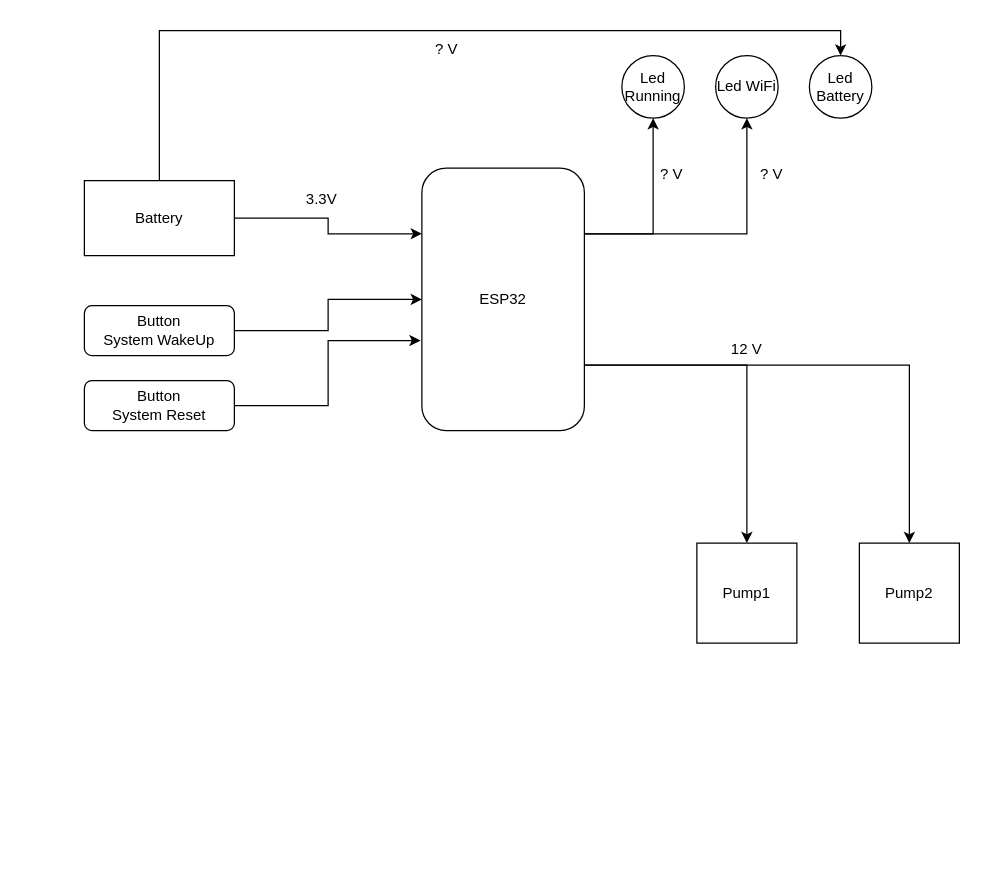
Before: 01_Hardware/GeneralSchematics.drawio in marcy05/sprinkler, a draw.io diagram. Source tidied: cells renumbered, new cells numbered last; positions are measured from the earlier drawing's top-left corner, leaving out a move shared by most shapes. Both pictures are drawn from the tidied source at 125%, with x=0, y=0 at pixel (84, 30).
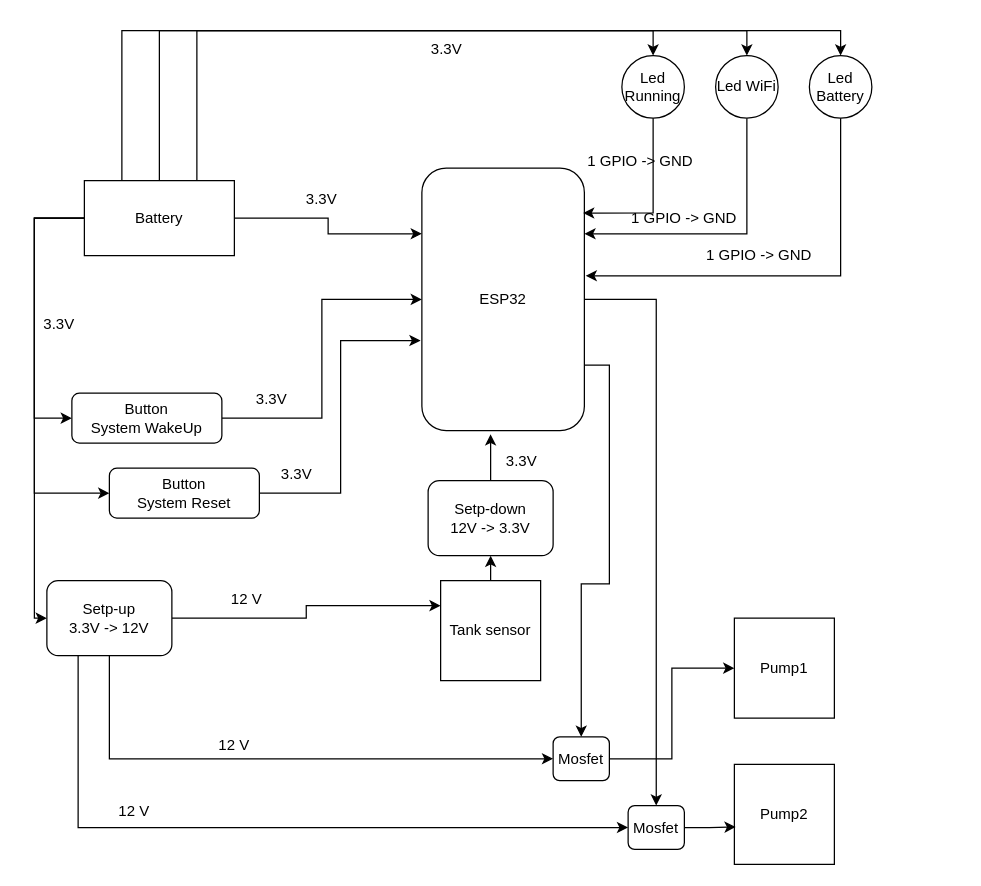
The same page after the edit.

Commit message (it also covers changes not shown here):
Add documentation, datasheet and diagram

The change refers to these unchanged cells:
```xml
<mxCell id="5" value="ESP32" style="rounded=1;whiteSpace=wrap;html=1;" parent="1" vertex="1">
  <mxGeometry x="270" y="110" width="130" height="210" as="geometry" />
</mxCell>
<mxCell id="8" value="Led Running" style="ellipse;whiteSpace=wrap;html=1;" parent="1" vertex="1">
  <mxGeometry x="430" y="20" width="50" height="50" as="geometry" />
</mxCell>
<mxCell id="9" value="Led WiFi" style="ellipse;whiteSpace=wrap;html=1;" parent="1" vertex="1">
  <mxGeometry x="505" y="20" width="50" height="50" as="geometry" />
</mxCell>
<mxCell id="10" value="Led Battery" style="ellipse;whiteSpace=wrap;html=1;" parent="1" vertex="1">
  <mxGeometry x="580" y="20" width="50" height="50" as="geometry" />
</mxCell>
<mxCell id="13" value="Battery" style="rounded=0;whiteSpace=wrap;html=1;" parent="1" vertex="1">
  <mxGeometry y="120" width="120" height="60" as="geometry" />
</mxCell>
```

The edit, as a diff of the source:
```diff
@@
-    <mxCell id="2" style="edgeStyle=orthogonalEdgeStyle;rounded=0;jettySize=auto;html=1;exitX=1;exitY=0.75;exitDx=0;exitDy=0;entryX=0.5;entryY=0;entryDx=0;entryDy=0;" parent="1" edge="1" source="5" target="7">
+    <mxCell id="2" style="edgeStyle=orthogonalEdgeStyle;rounded=0;jettySize=auto;html=1;exitX=1;exitY=0.5;exitDx=0;exitDy=0;entryX=0;entryY=0.5;entryDx=0;entryDy=0;" parent="1" edge="1" source="44" target="7">
       <mxGeometry relative="1" as="geometry" />
     </mxCell>
-    <mxCell id="3" style="edgeStyle=orthogonalEdgeStyle;rounded=0;jettySize=auto;html=1;exitX=1;exitY=0.25;exitDx=0;exitDy=0;entryX=0.5;entryY=1;entryDx=0;entryDy=0;" parent="1" edge="1" source="5" target="8">
-      <mxGeometry relative="1" as="geometry" />
-    </mxCell>
-    <mxCell id="4" style="edgeStyle=orthogonalEdgeStyle;rounded=0;jettySize=auto;html=1;exitX=1;exitY=0.25;exitDx=0;exitDy=0;entryX=0.5;entryY=1;entryDx=0;entryDy=0;" parent="1" edge="1" source="5" target="9">
-      <mxGeometry relative="1" as="geometry" />
+    <mxCell id="4" style="edgeStyle=orthogonalEdgeStyle;rounded=0;jettySize=auto;html=1;exitX=0.75;exitY=0;exitDx=0;exitDy=0;entryX=0.5;entryY=0;entryDx=0;entryDy=0;" parent="1" edge="1" source="13" target="9">
+      <mxGeometry relative="1" as="geometry">
+        <Array as="points">
+          <mxPoint x="90" />
+          <mxPoint x="530" />
+        </Array>
+      </mxGeometry>
     </mxCell>
+    <mxCell id="24" style="edgeStyle=orthogonalEdgeStyle;rounded=0;jettySize=auto;html=1;exitX=1;exitY=0.75;exitDx=0;exitDy=0;" parent="1" edge="1" source="5" target="44">
+      <mxGeometry relative="1" as="geometry" />
+    </mxCell>
+    <mxCell id="25" style="edgeStyle=orthogonalEdgeStyle;rounded=0;jettySize=auto;html=1;exitX=1;exitY=0.5;exitDx=0;exitDy=0;entryX=0.5;entryY=0;entryDx=0;entryDy=0;" parent="1" edge="1" source="5" target="45">
+      <mxGeometry relative="1" as="geometry" />
+    </mxCell>
@@
     <mxCell id="6" value="Pump2" style="whiteSpace=wrap;html=1;" parent="1" vertex="1">
-      <mxGeometry x="620" y="410" width="80" height="80" as="geometry" />
+      <mxGeometry x="520" y="587" width="80" height="80" as="geometry" />
     </mxCell>
     <mxCell id="7" value="Pump1" style="whiteSpace=wrap;html=1;" parent="1" vertex="1">
-      <mxGeometry x="490" y="410" width="80" height="80" as="geometry" />
+      <mxGeometry x="520" y="470" width="80" height="80" as="geometry" />
     </mxCell>
@@
+    <mxCell id="26" style="edgeStyle=orthogonalEdgeStyle;rounded=0;jettySize=auto;html=1;exitX=0.5;exitY=1;exitDx=0;exitDy=0;entryX=1;entryY=0.25;entryDx=0;entryDy=0;" parent="1" edge="1" source="9" target="5">
+      <mxGeometry relative="1" as="geometry">
+        <Array as="points">
+          <mxPoint x="530" y="163" />
+        </Array>
+      </mxGeometry>
+    </mxCell>
@@
-    <mxCell id="12" style="edgeStyle=orthogonalEdgeStyle;rounded=0;jettySize=auto;html=1;exitX=0.5;exitY=0;exitDx=0;exitDy=0;entryX=0.5;entryY=0;entryDx=0;entryDy=0;" parent="1" edge="1" source="13" target="10">
+    <mxCell id="12" style="edgeStyle=orthogonalEdgeStyle;rounded=0;jettySize=auto;html=1;exitX=0.25;exitY=0;exitDx=0;exitDy=0;entryX=0.5;entryY=0;entryDx=0;entryDy=0;" parent="1" edge="1" source="13" target="10">
       <mxGeometry relative="1" as="geometry" />
     </mxCell>
+    <mxCell id="27" style="edgeStyle=orthogonalEdgeStyle;rounded=0;jettySize=auto;html=1;exitX=0;exitY=0.5;exitDx=0;exitDy=0;entryX=0;entryY=0.5;entryDx=0;entryDy=0;" parent="1" edge="1" source="13" target="37">
+      <mxGeometry relative="1" as="geometry">
+        <Array as="points">
+          <mxPoint x="-40" y="150" />
+          <mxPoint x="-40" y="470" />
+        </Array>
+      </mxGeometry>
+    </mxCell>
+    <mxCell id="28" style="edgeStyle=orthogonalEdgeStyle;rounded=0;jettySize=auto;html=1;exitX=0;exitY=0.5;exitDx=0;exitDy=0;entryX=0;entryY=0.5;entryDx=0;entryDy=0;" parent="1" edge="1" source="13" target="15">
+      <mxGeometry relative="1" as="geometry">
+        <Array as="points">
+          <mxPoint x="-40" y="150" />
+          <mxPoint x="-40" y="310" />
+        </Array>
+      </mxGeometry>
+    </mxCell>
+    <mxCell id="29" style="edgeStyle=orthogonalEdgeStyle;rounded=0;jettySize=auto;html=1;exitX=0;exitY=0.5;exitDx=0;exitDy=0;entryX=0;entryY=0.5;entryDx=0;entryDy=0;" parent="1" edge="1" source="13" target="16">
+      <mxGeometry relative="1" as="geometry">
+        <Array as="points">
+          <mxPoint x="-40" y="150" />
+          <mxPoint x="-40" y="370" />
+        </Array>
+      </mxGeometry>
+    </mxCell>
+    <mxCell id="30" style="edgeStyle=orthogonalEdgeStyle;rounded=0;jettySize=auto;html=1;exitX=0.5;exitY=0;exitDx=0;exitDy=0;entryX=0.5;entryY=0;entryDx=0;entryDy=0;" parent="1" edge="1" source="13" target="8">
+      <mxGeometry relative="1" as="geometry" />
+    </mxCell>
@@
     <mxCell id="15" value="Button&lt;div&gt;System WakeUp&lt;/div&gt;" style="rounded=1;whiteSpace=wrap;html=1;" parent="1" vertex="1">
-      <mxGeometry y="220" width="120" height="40" as="geometry" />
+      <mxGeometry x="-10" y="290" width="120" height="40" as="geometry" />
     </mxCell>
     <mxCell id="16" value="Button&lt;div&gt;System Reset&lt;/div&gt;" style="rounded=1;whiteSpace=wrap;html=1;" parent="1" vertex="1">
-      <mxGeometry y="280" width="120" height="40" as="geometry" />
+      <mxGeometry x="20" y="350" width="120" height="40" as="geometry" />
     </mxCell>
@@
-    <mxCell id="19" value="? V" style="text;html=1;align=center;verticalAlign=middle;whiteSpace=wrap;rounded=0;" parent="1" vertex="1">
-      <mxGeometry x="440" y="100" width="60" height="30" as="geometry" />
-    </mxCell>
-    <mxCell id="20" value="? V" style="text;html=1;align=center;verticalAlign=middle;whiteSpace=wrap;rounded=0;" parent="1" vertex="1">
-      <mxGeometry x="520" y="100" width="60" height="30" as="geometry" />
-    </mxCell>
-    <mxCell id="21" value="? V" style="text;html=1;align=center;verticalAlign=middle;whiteSpace=wrap;rounded=0;" parent="1" vertex="1">
+    <mxCell id="21" value="3.3V" style="text;html=1;align=center;verticalAlign=middle;whiteSpace=wrap;rounded=0;" parent="1" vertex="1">
       <mxGeometry x="260" width="60" height="30" as="geometry" />
     </mxCell>
-    <mxCell id="22" style="edgeStyle=orthogonalEdgeStyle;rounded=0;jettySize=auto;html=1;exitX=1;exitY=0.75;exitDx=0;exitDy=0;entryX=0.5;entryY=0;entryDx=0;entryDy=0;" parent="1" edge="1" source="5" target="6">
-      <mxGeometry relative="1" as="geometry" />
-    </mxCell>
     <mxCell id="23" value="12 V" style="text;html=1;align=center;verticalAlign=middle;whiteSpace=wrap;rounded=0;" parent="1" vertex="1">
-      <mxGeometry x="500" y="240" width="60" height="30" as="geometry" />
+      <mxGeometry x="10" y="610" width="60" height="30" as="geometry" />
     </mxCell>
+    <mxCell id="31" value="3.3V" style="text;html=1;align=center;verticalAlign=middle;whiteSpace=wrap;rounded=0;" parent="1" vertex="1">
+      <mxGeometry x="120" y="280" width="60" height="30" as="geometry" />
+    </mxCell>
+    <mxCell id="32" value="3.3V" style="text;html=1;align=center;verticalAlign=middle;whiteSpace=wrap;rounded=0;" parent="1" vertex="1">
+      <mxGeometry x="140" y="340" width="60" height="30" as="geometry" />
+    </mxCell>
+    <mxCell id="33" style="edgeStyle=orthogonalEdgeStyle;rounded=0;jettySize=auto;html=1;exitX=0.5;exitY=0;exitDx=0;exitDy=0;entryX=0.5;entryY=1;entryDx=0;entryDy=0;" parent="1" edge="1" source="34" target="39">
+      <mxGeometry relative="1" as="geometry" />
+    </mxCell>
+    <mxCell id="34" value="Tank sensor" style="whiteSpace=wrap;html=1;" parent="1" vertex="1">
+      <mxGeometry x="285" y="440" width="80" height="80" as="geometry" />
+    </mxCell>
+    <mxCell id="35" style="edgeStyle=orthogonalEdgeStyle;rounded=0;jettySize=auto;html=1;exitX=1;exitY=0.5;exitDx=0;exitDy=0;entryX=0;entryY=0.25;entryDx=0;entryDy=0;" parent="1" edge="1" source="37" target="34">
+      <mxGeometry relative="1" as="geometry" />
+    </mxCell>
+    <mxCell id="36" style="edgeStyle=orthogonalEdgeStyle;rounded=0;jettySize=auto;html=1;exitX=0.25;exitY=1;exitDx=0;exitDy=0;entryX=0;entryY=0.5;entryDx=0;entryDy=0;" parent="1" edge="1" source="37" target="45">
+      <mxGeometry relative="1" as="geometry" />
+    </mxCell>
+    <mxCell id="37" value="Setp-up&lt;div&gt;3.3V -&amp;gt; 12V&lt;/div&gt;" style="rounded=1;whiteSpace=wrap;html=1;" parent="1" vertex="1">
+      <mxGeometry x="-30" y="440" width="100" height="60" as="geometry" />
+    </mxCell>
+    <mxCell id="38" value="3.3V" style="text;html=1;align=center;verticalAlign=middle;whiteSpace=wrap;rounded=0;" parent="1" vertex="1">
+      <mxGeometry x="-50" y="220" width="60" height="30" as="geometry" />
+    </mxCell>
+    <mxCell id="39" value="Setp-down&lt;div&gt;&lt;span style=&quot;background-color: transparent; color: light-dark(rgb(0, 0, 0), rgb(255, 255, 255));&quot;&gt;12V -&amp;gt;&amp;nbsp;&lt;/span&gt;&lt;span style=&quot;background-color: transparent; color: light-dark(rgb(0, 0, 0), rgb(255, 255, 255));&quot;&gt;3.3V&lt;/span&gt;&lt;/div&gt;" style="rounded=1;whiteSpace=wrap;html=1;" parent="1" vertex="1">
+      <mxGeometry x="275" y="360" width="100" height="60" as="geometry" />
+    </mxCell>
+    <mxCell id="40" style="edgeStyle=orthogonalEdgeStyle;rounded=0;jettySize=auto;html=1;exitX=0.5;exitY=0;exitDx=0;exitDy=0;entryX=0.423;entryY=1.014;entryDx=0;entryDy=0;entryPerimeter=0;" parent="1" edge="1" source="39" target="5">
+      <mxGeometry relative="1" as="geometry" />
+    </mxCell>
+    <mxCell id="41" value="12 V" style="text;html=1;align=center;verticalAlign=middle;whiteSpace=wrap;rounded=0;" parent="1" vertex="1">
+      <mxGeometry x="100" y="440" width="60" height="30" as="geometry" />
+    </mxCell>
+    <mxCell id="42" value="3.3V" style="text;html=1;align=center;verticalAlign=middle;whiteSpace=wrap;rounded=0;" parent="1" vertex="1">
+      <mxGeometry x="320" y="330" width="60" height="30" as="geometry" />
+    </mxCell>
+    <mxCell id="43" style="edgeStyle=orthogonalEdgeStyle;rounded=0;jettySize=auto;html=1;exitX=0.5;exitY=1;exitDx=0;exitDy=0;entryX=0;entryY=0.5;entryDx=0;entryDy=0;" parent="1" edge="1" source="37" target="44">
+      <mxGeometry relative="1" as="geometry" />
+    </mxCell>
+    <mxCell id="44" value="Mosfet" style="rounded=1;whiteSpace=wrap;html=1;" parent="1" vertex="1">
+      <mxGeometry x="375" y="565" width="45" height="35" as="geometry" />
+    </mxCell>
+    <mxCell id="45" value="Mosfet" style="rounded=1;whiteSpace=wrap;html=1;" parent="1" vertex="1">
+      <mxGeometry x="435" y="620" width="45" height="35" as="geometry" />
+    </mxCell>
+    <mxCell id="46" style="edgeStyle=orthogonalEdgeStyle;rounded=0;jettySize=auto;html=1;exitX=1;exitY=0.5;exitDx=0;exitDy=0;entryX=0.013;entryY=0.625;entryDx=0;entryDy=0;entryPerimeter=0;" parent="1" edge="1" source="45" target="6">
+      <mxGeometry relative="1" as="geometry" />
+    </mxCell>
+    <mxCell id="47" style="edgeStyle=orthogonalEdgeStyle;rounded=0;jettySize=auto;html=1;entryX=1.008;entryY=0.41;entryDx=0;entryDy=0;entryPerimeter=0;" parent="1" edge="1" source="10" target="5">
+      <mxGeometry relative="1" as="geometry">
+        <Array as="points">
+          <mxPoint x="605" y="196" />
+        </Array>
+      </mxGeometry>
+    </mxCell>
+    <mxCell id="48" value="1 GPIO -&amp;gt; GND" style="text;html=1;align=center;verticalAlign=middle;whiteSpace=wrap;rounded=0;" parent="1" vertex="1">
+      <mxGeometry x="435" y="135" width="90" height="30" as="geometry" />
+    </mxCell>
+    <mxCell id="49" value="1 GPIO -&amp;gt; GND" style="text;html=1;align=center;verticalAlign=middle;whiteSpace=wrap;rounded=0;" parent="1" vertex="1">
+      <mxGeometry x="490" y="165" width="100" height="30" as="geometry" />
+    </mxCell>
+    <mxCell id="50" value="12 V" style="text;html=1;align=center;verticalAlign=middle;whiteSpace=wrap;rounded=0;" parent="1" vertex="1">
+      <mxGeometry x="90" y="557" width="60" height="30" as="geometry" />
+    </mxCell>
+    <mxCell id="51" value="1 GPIO -&amp;gt; GND" style="text;html=1;align=center;verticalAlign=middle;whiteSpace=wrap;rounded=0;" parent="1" vertex="1">
+      <mxGeometry x="400" y="90" width="90" height="30" as="geometry" />
+    </mxCell>
+    <mxCell id="52" style="edgeStyle=orthogonalEdgeStyle;rounded=0;jettySize=auto;html=1;exitX=0.5;exitY=1;exitDx=0;exitDy=0;entryX=0.992;entryY=0.171;entryDx=0;entryDy=0;entryPerimeter=0;" parent="1" edge="1" source="8" target="5">
+      <mxGeometry relative="1" as="geometry" />
+    </mxCell>
```
